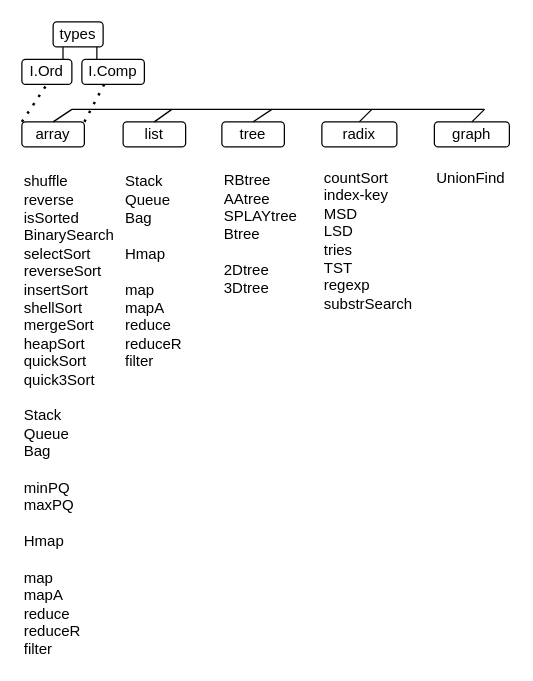
The draw.io diagram pics/algos.drawio in kselnaag/algos, before the edit. Source tidied: cells renumbered, new cells numbered last; positions are measured from the earlier drawing's top-left corner, leaving out a move shared by most shapes. Both pictures are drawn from the tidied source at 125%, with x=0, y=0 at pixel (21, 21).
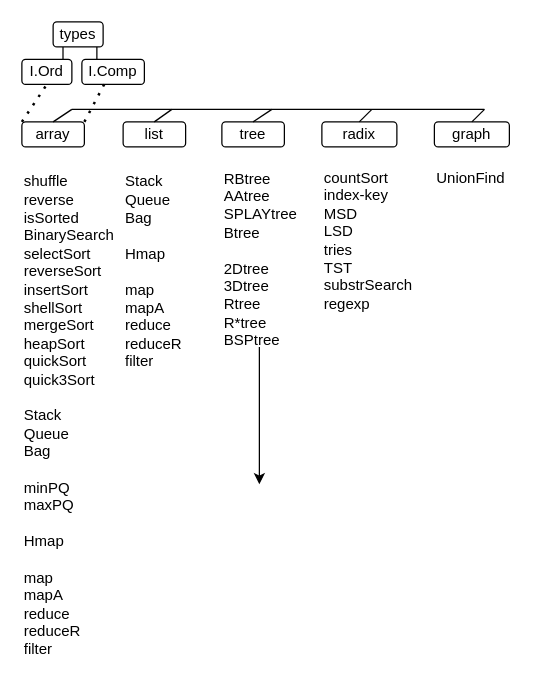
The same diagram, later.

What changed in the source:
```diff
@@
-    <mxCell id="9" value="countSort&lt;br&gt;index-key&lt;br&gt;MSD&lt;br&gt;LSD&lt;br&gt;tries&lt;br&gt;TST&lt;br&gt;regexp&lt;br&gt;substrSearch" style="text;html=1;strokeColor=none;fillColor=none;align=left;verticalAlign=middle;whiteSpace=wrap;rounded=0;fontColor=#000000;" parent="1" vertex="1">
+    <mxCell id="9" value="countSort&lt;br&gt;index-key&lt;br&gt;MSD&lt;br&gt;LSD&lt;br&gt;tries&lt;br&gt;TST&lt;br&gt;substrSearch&lt;br&gt;regexp&lt;br&gt;" style="text;html=1;strokeColor=none;fillColor=none;align=left;verticalAlign=middle;whiteSpace=wrap;rounded=0;fontColor=#000000;" parent="1" vertex="1">
       <mxGeometry x="240" y="120" width="80" height="110" as="geometry" />
     </mxCell>
+    <mxCell id="25" style="edgeStyle=none;html=1;fontColor=#000000;" parent="1" edge="1" source="10">
+      <mxGeometry relative="1" as="geometry">
+        <mxPoint x="190" y="370" as="targetPoint" />
+      </mxGeometry>
+    </mxCell>
-    <mxCell id="10" value="RBtree&lt;br&gt;AAtree&lt;br&gt;SPLAYtree&lt;br&gt;Btree&lt;br&gt;&lt;br&gt;2Dtree&lt;br&gt;3Dtree" style="text;html=1;strokeColor=none;fillColor=none;align=left;verticalAlign=middle;whiteSpace=wrap;rounded=0;fontColor=#000000;" parent="1" vertex="1">
-      <mxGeometry x="160" y="120" width="60" height="100" as="geometry" />
+    <mxCell id="10" value="RBtree&lt;br&gt;AAtree&lt;br&gt;SPLAYtree&lt;br&gt;Btree&lt;br&gt;&lt;br&gt;2Dtree&lt;br&gt;3Dtree&lt;br&gt;Rtree&lt;br&gt;R*tree&lt;br&gt;BSPtree" style="text;html=1;strokeColor=none;fillColor=none;align=left;verticalAlign=middle;whiteSpace=wrap;rounded=0;fontColor=#000000;" parent="1" vertex="1">
+      <mxGeometry x="160" y="120" width="60" height="140" as="geometry" />
     </mxCell>
```
